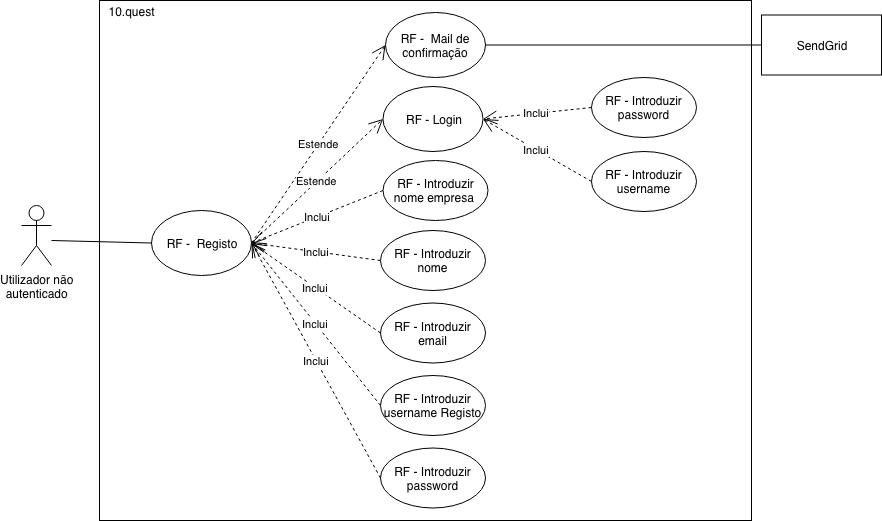
Earlier version of the draw.io export img/rf/registo.png (BrunoGrifo/Tese). Source tidied: cells renumbered, new cells last; positions are measured from the earlier drawing's top-left corner, leaving out a move shared by most shapes. Its diagram source:
```xml
<mxGraphModel>
  <root>
    <mxCell id="0" />
    <mxCell id="1" parent="0" />
    <mxCell id="2" style="rounded=0;whiteSpace=wrap;html=1;" parent="1" vertex="1">
      <mxGeometry x="78" width="652" height="520" as="geometry" />
    </mxCell>
    <mxCell id="3" value="Utilizador não&lt;br&gt;autenticado" style="shape=umlActor;verticalLabelPosition=bottom;labelBackgroundColor=#ffffff;verticalAlign=top;html=1;" parent="1" vertex="1">
      <mxGeometry y="205" width="30" height="60" as="geometry" />
    </mxCell>
    <mxCell id="4" style="endArrow=none;html=1;entryX=0;entryY=0.5;entryDx=0;entryDy=0;" parent="1" edge="1" target="6">
      <mxGeometry relative="1" as="geometry">
        <mxPoint x="30" y="240" as="sourcePoint" />
      </mxGeometry>
    </mxCell>
    <mxCell id="5" value="10.quest" style="text;html=1;strokeColor=none;fillColor=none;align=center;verticalAlign=middle;whiteSpace=wrap;rounded=0;" parent="1" vertex="1">
      <mxGeometry x="90" y="1" width="40" height="20" as="geometry" />
    </mxCell>
    <mxCell id="6" value="RF -&amp;nbsp; Registo" style="ellipse;whiteSpace=wrap;html=1;" parent="1" vertex="1">
      <mxGeometry x="130" y="210" width="100" height="65" as="geometry" />
    </mxCell>
    <mxCell id="7" value="RF -&amp;nbsp; Mail de confirmação" style="ellipse;whiteSpace=wrap;html=1;" parent="1" vertex="1">
      <mxGeometry x="364" y="12" width="100" height="65" as="geometry" />
    </mxCell>
    <mxCell id="8" value="Estende" style="endArrow=open;endSize=12;dashed=1;html=1;entryX=0;entryY=0.5;entryDx=0;entryDy=0;exitX=1;exitY=0.5;exitDx=0;exitDy=0;" parent="1" edge="1" source="6" target="7">
      <mxGeometry relative="1" as="geometry" />
    </mxCell>
    <mxCell id="9" value="RF - Introduzir nome empresa&amp;nbsp;" style="ellipse;whiteSpace=wrap;html=1;" parent="1" vertex="1">
      <mxGeometry x="361.5" y="160" width="105" height="60" as="geometry" />
    </mxCell>
    <mxCell id="10" value="RF - Introduzir nome" style="ellipse;whiteSpace=wrap;html=1;" parent="1" vertex="1">
      <mxGeometry x="359" y="230" width="105" height="60" as="geometry" />
    </mxCell>
    <mxCell id="11" value="Inclui" style="endArrow=open;endSize=12;dashed=1;html=1;exitX=0;exitY=0.5;exitDx=0;exitDy=0;entryX=1;entryY=0.5;entryDx=0;entryDy=0;" parent="1" edge="1" source="9" target="6">
      <mxGeometry relative="1" as="geometry" />
    </mxCell>
    <mxCell id="12" value="Inclui" style="endArrow=open;endSize=12;dashed=1;html=1;exitX=0;exitY=0.5;exitDx=0;exitDy=0;entryX=1;entryY=0.5;entryDx=0;entryDy=0;" parent="1" edge="1" source="10" target="6">
      <mxGeometry relative="1" as="geometry" />
    </mxCell>
    <mxCell id="13" value="RF - Introduzir email" style="ellipse;whiteSpace=wrap;html=1;" parent="1" vertex="1">
      <mxGeometry x="359" y="302.5" width="105" height="60" as="geometry" />
    </mxCell>
    <mxCell id="14" value="Inclui" style="endArrow=open;endSize=12;dashed=1;html=1;exitX=0;exitY=0.5;exitDx=0;exitDy=0;entryX=1;entryY=0.5;entryDx=0;entryDy=0;" parent="1" edge="1" source="13" target="6">
      <mxGeometry relative="1" as="geometry" />
    </mxCell>
    <mxCell id="15" value="RF - Introduzir username Registo" style="ellipse;whiteSpace=wrap;html=1;" parent="1" vertex="1">
      <mxGeometry x="359" y="375" width="105" height="60" as="geometry" />
    </mxCell>
    <mxCell id="16" value="Inclui" style="endArrow=open;endSize=12;dashed=1;html=1;exitX=0;exitY=0.5;exitDx=0;exitDy=0;entryX=1;entryY=0.5;entryDx=0;entryDy=0;" parent="1" edge="1" source="15" target="6">
      <mxGeometry relative="1" as="geometry" />
    </mxCell>
    <mxCell id="17" value="RF - Introduzir password" style="ellipse;whiteSpace=wrap;html=1;" parent="1" vertex="1">
      <mxGeometry x="359" y="447.5" width="105" height="60" as="geometry" />
    </mxCell>
    <mxCell id="18" value="Inclui" style="endArrow=open;endSize=12;dashed=1;html=1;exitX=0;exitY=0.5;exitDx=0;exitDy=0;entryX=1;entryY=0.5;entryDx=0;entryDy=0;" parent="1" edge="1" source="17" target="6">
      <mxGeometry relative="1" as="geometry" />
    </mxCell>
    <mxCell id="19" value="RF -&amp;nbsp;Login" style="ellipse;whiteSpace=wrap;html=1;" parent="1" vertex="1">
      <mxGeometry x="361.5" y="86" width="100" height="65" as="geometry" />
    </mxCell>
    <mxCell id="20" value="Estende" style="endArrow=open;endSize=12;dashed=1;html=1;entryX=0;entryY=0.5;entryDx=0;entryDy=0;exitX=1;exitY=0.5;exitDx=0;exitDy=0;" parent="1" edge="1" source="6" target="19">
      <mxGeometry relative="1" as="geometry" />
    </mxCell>
    <mxCell id="21" value="RF - Introduzir username" style="ellipse;whiteSpace=wrap;html=1;" parent="1" vertex="1">
      <mxGeometry x="570" y="151" width="105" height="60" as="geometry" />
    </mxCell>
    <mxCell id="22" value="Inclui" style="endArrow=open;endSize=12;dashed=1;html=1;exitX=0;exitY=0.5;exitDx=0;exitDy=0;entryX=1;entryY=0.5;entryDx=0;entryDy=0;" parent="1" edge="1" source="21" target="19">
      <mxGeometry relative="1" as="geometry" />
    </mxCell>
    <mxCell id="23" value="RF - Introduzir password" style="ellipse;whiteSpace=wrap;html=1;" parent="1" vertex="1">
      <mxGeometry x="570" y="77" width="105" height="60" as="geometry" />
    </mxCell>
    <mxCell id="24" value="Inclui" style="endArrow=open;endSize=12;dashed=1;html=1;exitX=0;exitY=0.5;exitDx=0;exitDy=0;entryX=1;entryY=0.5;entryDx=0;entryDy=0;" parent="1" edge="1" source="23" target="19">
      <mxGeometry relative="1" as="geometry" />
    </mxCell>
    <mxCell id="25" value="SendGrid" style="rounded=0;whiteSpace=wrap;html=1;" parent="1" vertex="1">
      <mxGeometry x="740" y="14.5" width="120" height="60" as="geometry" />
    </mxCell>
    <mxCell id="26" style="endArrow=none;html=1;entryX=0;entryY=0.5;entryDx=0;entryDy=0;exitX=1;exitY=0.5;exitDx=0;exitDy=0;" parent="1" edge="1" source="7" target="25">
      <mxGeometry relative="1" as="geometry" />
    </mxCell>
  </root>
</mxGraphModel>
```
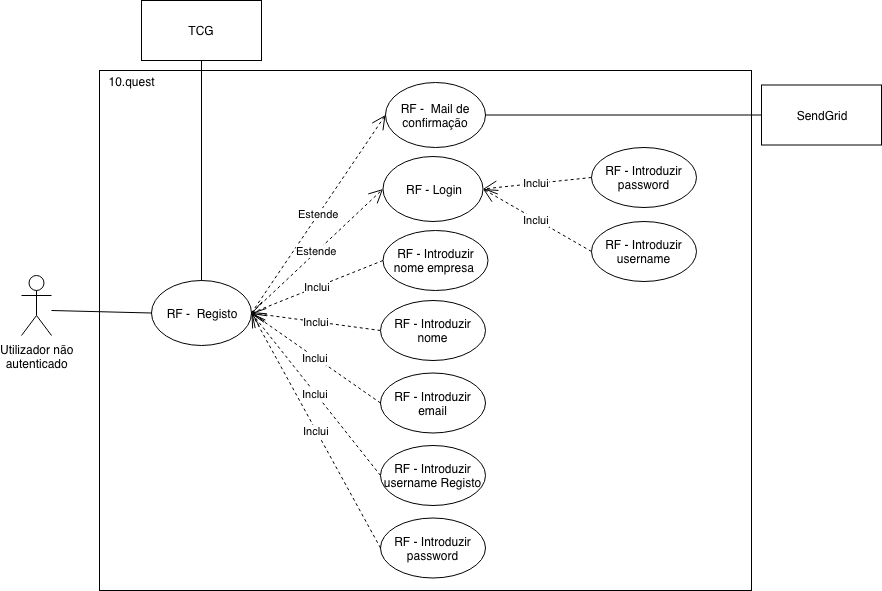
Above is the later version.

What changed in the source:
```diff
@@ -79,5 +79,11 @@
     <mxCell id="26" style="endArrow=none;html=1;entryX=0;entryY=0.5;entryDx=0;entryDy=0;exitX=1;exitY=0.5;exitDx=0;exitDy=0;" parent="1" edge="1" source="7" target="25">
       <mxGeometry relative="1" as="geometry" />
     </mxCell>
+    <mxCell id="27" value="TCG" style="rounded=0;whiteSpace=wrap;html=1;" parent="1" vertex="1">
+      <mxGeometry x="120" y="-70" width="120" height="60" as="geometry" />
+    </mxCell>
+    <mxCell id="28" style="endArrow=none;html=1;entryX=0.5;entryY=1;entryDx=0;entryDy=0;exitX=0.5;exitY=0;exitDx=0;exitDy=0;" parent="1" edge="1" source="6" target="27">
+      <mxGeometry relative="1" as="geometry" />
+    </mxCell>
   </root>
 </mxGraphModel>
```
